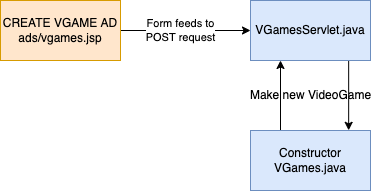
Above: Explain.png in Ethan-Rajib-Jacob-AdLister/Adlister (draw.io), before the change. Source tidied: cells renumbered, new cells last; positions are measured from the earlier drawing's top-left corner, leaving out a move shared by most shapes.
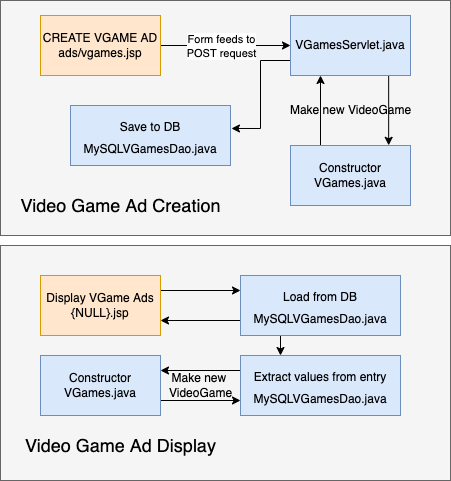
The same file after the commit.

Change to the diagram source:
```diff
@@ -2,6 +2,9 @@
   <root>
     <mxCell id="0" />
     <mxCell id="1" parent="0" />
+    <mxCell id="10" style="rounded=0;whiteSpace=wrap;html=1;fillColor=#f5f5f5;fontColor=#333333;strokeColor=#666666;" parent="1" vertex="1">
+      <mxGeometry x="-40" y="-15" width="450" height="235" as="geometry" />
+    </mxCell>
     <mxCell id="2" style="edgeStyle=orthogonalEdgeStyle;rounded=0;jettySize=auto;html=1;entryX=0;entryY=0.5;entryDx=0;entryDy=0;" parent="1" edge="1" source="4" target="6">
       <mxGeometry relative="1" as="geometry" />
     </mxCell>
@@ -16,6 +19,9 @@
     <mxCell id="5" style="edgeStyle=orthogonalEdgeStyle;rounded=0;jettySize=auto;html=1;entryX=0.818;entryY=-0.003;entryDx=0;entryDy=0;entryPerimeter=0;exitX=0.818;exitY=1;exitDx=0;exitDy=0;exitPerimeter=0;" parent="1" edge="1" source="6" target="8">
       <mxGeometry relative="1" as="geometry" />
     </mxCell>
+    <mxCell id="11" style="edgeStyle=orthogonalEdgeStyle;rounded=0;jettySize=auto;html=1;exitX=0;exitY=0.75;exitDx=0;exitDy=0;entryX=1.006;entryY=0.383;entryDx=0;entryDy=0;entryPerimeter=0;fontSize=12;" parent="1" edge="1" source="6" target="13">
+      <mxGeometry relative="1" as="geometry" />
+    </mxCell>
     <mxCell id="6" value="VGamesServlet.java" style="rounded=0;whiteSpace=wrap;html=1;fillColor=#dae8fc;strokeColor=#6c8ebf;" parent="1" vertex="1">
       <mxGeometry x="250" width="120" height="60" as="geometry" />
     </mxCell>
@@ -28,5 +34,47 @@
     <mxCell id="9" value="Make new VideoGame" style="text;html=1;align=center;verticalAlign=middle;strokeColor=none;fillColor=none;" parent="1" vertex="1">
       <mxGeometry x="240" y="80" width="140" height="30" as="geometry" />
     </mxCell>
+    <mxCell id="12" value="Video Game Ad Creation" style="text;html=1;align=center;verticalAlign=middle;strokeColor=none;fillColor=none;fontSize=18;" parent="1" vertex="1">
+      <mxGeometry x="-30" y="170" width="220" height="40" as="geometry" />
+    </mxCell>
+    <mxCell id="13" value="&lt;font style=&quot;font-size: 12px;&quot;&gt;Save to DB&lt;br&gt;MySQLVGamesDao.java&lt;/font&gt;" style="rounded=0;whiteSpace=wrap;html=1;fontSize=18;fillColor=#dae8fc;strokeColor=#6c8ebf;" parent="1" vertex="1">
+      <mxGeometry x="30" y="90" width="160" height="60" as="geometry" />
+    </mxCell>
+    <mxCell id="14" style="rounded=0;whiteSpace=wrap;html=1;fillColor=#f5f5f5;fontColor=#333333;strokeColor=#666666;" parent="1" vertex="1">
+      <mxGeometry x="-40" y="230" width="450" height="235" as="geometry" />
+    </mxCell>
+    <mxCell id="15" value="Video Game Ad Display" style="text;html=1;align=center;verticalAlign=middle;strokeColor=none;fillColor=none;fontSize=18;" parent="1" vertex="1">
+      <mxGeometry x="-25" y="410" width="210" height="40" as="geometry" />
+    </mxCell>
+    <mxCell id="16" style="edgeStyle=orthogonalEdgeStyle;rounded=0;jettySize=auto;html=1;exitX=1;exitY=0.25;exitDx=0;exitDy=0;entryX=0;entryY=0.25;entryDx=0;entryDy=0;fontSize=12;" parent="1" edge="1" source="17" target="20">
+      <mxGeometry relative="1" as="geometry" />
+    </mxCell>
+    <mxCell id="17" value="Display VGame Ads&lt;br&gt;{NULL}.jsp" style="rounded=0;whiteSpace=wrap;html=1;fillColor=#ffe6cc;strokeColor=#d79b00;" parent="1" vertex="1">
+      <mxGeometry y="260" width="120" height="60" as="geometry" />
+    </mxCell>
+    <mxCell id="18" style="edgeStyle=orthogonalEdgeStyle;rounded=0;jettySize=auto;html=1;exitX=0.25;exitY=1;exitDx=0;exitDy=0;entryX=0.25;entryY=0;entryDx=0;entryDy=0;fontSize=12;" parent="1" edge="1" source="20" target="22">
+      <mxGeometry relative="1" as="geometry" />
+    </mxCell>
+    <mxCell id="19" style="edgeStyle=orthogonalEdgeStyle;rounded=0;jettySize=auto;html=1;exitX=0;exitY=0.75;exitDx=0;exitDy=0;entryX=1;entryY=0.75;entryDx=0;entryDy=0;fontSize=12;" parent="1" edge="1" source="20" target="17">
+      <mxGeometry relative="1" as="geometry" />
+    </mxCell>
+    <mxCell id="20" value="&lt;font style=&quot;font-size: 12px;&quot;&gt;Load from DB&lt;br&gt;MySQLVGamesDao.java&lt;/font&gt;" style="rounded=0;whiteSpace=wrap;html=1;fontSize=18;fillColor=#dae8fc;strokeColor=#6c8ebf;" parent="1" vertex="1">
+      <mxGeometry x="200" y="260" width="160" height="60" as="geometry" />
+    </mxCell>
+    <mxCell id="21" style="edgeStyle=orthogonalEdgeStyle;rounded=0;jettySize=auto;html=1;exitX=0;exitY=0.25;exitDx=0;exitDy=0;entryX=1;entryY=0.25;entryDx=0;entryDy=0;fontSize=12;" parent="1" edge="1" source="22" target="24">
+      <mxGeometry relative="1" as="geometry" />
+    </mxCell>
+    <mxCell id="22" value="&lt;font style=&quot;font-size: 12px;&quot;&gt;Extract values from entry MySQLVGamesDao.java&lt;/font&gt;" style="rounded=0;whiteSpace=wrap;html=1;fontSize=18;fillColor=#dae8fc;strokeColor=#6c8ebf;" parent="1" vertex="1">
+      <mxGeometry x="200" y="340" width="160" height="60" as="geometry" />
+    </mxCell>
+    <mxCell id="23" style="edgeStyle=orthogonalEdgeStyle;rounded=0;jettySize=auto;html=1;exitX=1;exitY=0.75;exitDx=0;exitDy=0;entryX=0;entryY=0.75;entryDx=0;entryDy=0;fontSize=12;" parent="1" edge="1" source="24" target="22">
+      <mxGeometry relative="1" as="geometry" />
+    </mxCell>
+    <mxCell id="24" value="Constructor&lt;br&gt;VGames.java" style="rounded=0;whiteSpace=wrap;html=1;fillColor=#dae8fc;strokeColor=#6c8ebf;" parent="1" vertex="1">
+      <mxGeometry y="340" width="120" height="60" as="geometry" />
+    </mxCell>
+    <mxCell id="25" value="Make new &lt;br&gt;VideoGame" style="text;html=1;align=center;verticalAlign=middle;strokeColor=none;fillColor=none;" parent="1" vertex="1">
+      <mxGeometry x="115" y="350" width="90" height="40" as="geometry" />
+    </mxCell>
   </root>
 </mxGraphModel>
```
